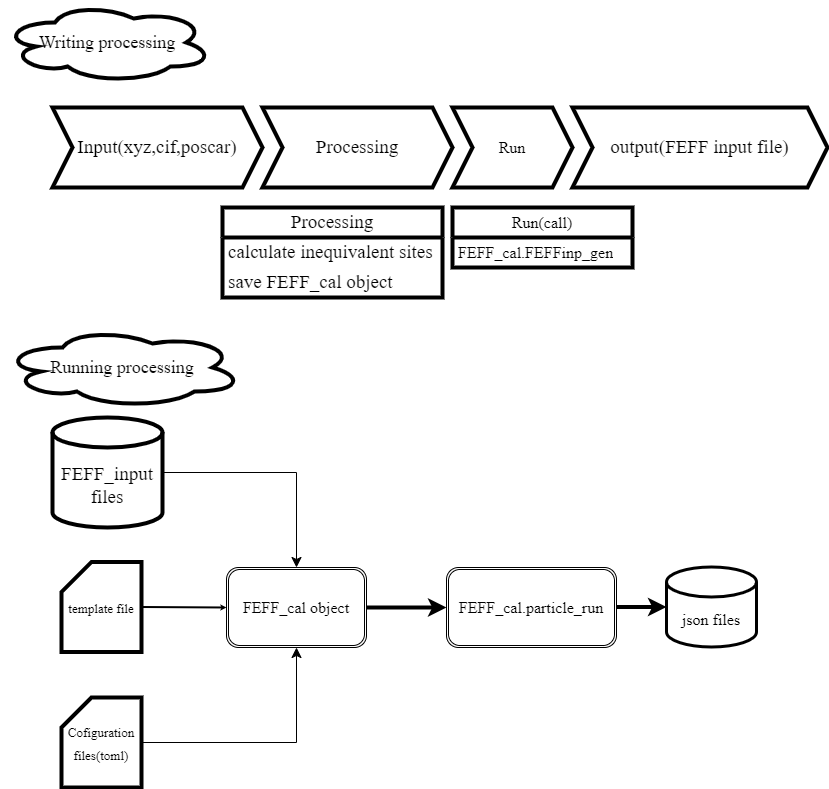
kaifengZheng/Multitasking_FEFF_calculator keeps this draw.io diagram as workflow.png. Above is the earlier version. Source tidied: cells renumbered, new cells last; positions are measured from the earlier drawing's top-left corner, leaving out a move shared by most shapes. The source it was exported from:
```xml
<mxGraphModel>
  <root>
    <mxCell id="0" />
    <mxCell id="1" parent="0" />
    <mxCell id="2" value="Writing processing" style="ellipse;shape=cloud;whiteSpace=wrap;html=1;strokeWidth=4;fontFamily=Times New Roman;fontSize=18;fillColor=none;" parent="1" vertex="1">
      <mxGeometry width="210" height="80" as="geometry" />
    </mxCell>
    <mxCell id="3" value="&lt;font style=&quot;font-size: 19px;&quot;&gt;Input(xyz,cif,poscar)&lt;/font&gt;" style="shape=step;perimeter=stepPerimeter;whiteSpace=wrap;html=1;fixedSize=1;labelBorderColor=none;strokeWidth=4;fontFamily=Times New Roman;fontSize=17;fillColor=none;" parent="1" vertex="1">
      <mxGeometry x="50" y="105" width="210" height="80" as="geometry" />
    </mxCell>
    <mxCell id="4" value="Processing" style="shape=step;perimeter=stepPerimeter;whiteSpace=wrap;html=1;fixedSize=1;labelBorderColor=none;strokeWidth=4;fontFamily=Times New Roman;fontSize=19;fillColor=none;" parent="1" vertex="1">
      <mxGeometry x="260" y="105" width="190" height="80" as="geometry" />
    </mxCell>
    <mxCell id="5" value="output(FEFF input file)" style="shape=step;perimeter=stepPerimeter;whiteSpace=wrap;html=1;fixedSize=1;labelBorderColor=none;strokeWidth=4;fontFamily=Times New Roman;fontSize=19;fillColor=none;" parent="1" vertex="1">
      <mxGeometry x="570" y="105" width="255" height="80" as="geometry" />
    </mxCell>
    <mxCell id="6" value="Running processing" style="ellipse;shape=cloud;whiteSpace=wrap;html=1;strokeWidth=4;fontFamily=Times New Roman;fontSize=18;fillColor=none;" parent="1" vertex="1">
      <mxGeometry y="325" width="240" height="80" as="geometry" />
    </mxCell>
    <mxCell id="7" value="Processing" style="swimlane;fontStyle=0;horizontal=1;startSize=30;whiteSpace=wrap;html=1;labelBorderColor=none;strokeWidth=4;fontFamily=Times New Roman;fontSize=19;fillColor=none;" parent="1" vertex="1">
      <mxGeometry x="220" y="205" width="220" height="90" as="geometry" />
    </mxCell>
    <mxCell id="8" value="calculate inequivalent sites" style="text;strokeColor=none;fillColor=none;align=left;verticalAlign=middle;spacingLeft=4;spacingRight=4;overflow=hidden;whiteSpace=wrap;html=1;labelBorderColor=none;strokeWidth=4;fontFamily=Times New Roman;fontSize=19;" parent="7" vertex="1">
      <mxGeometry y="30" width="220" height="30" as="geometry" />
    </mxCell>
    <mxCell id="9" value="save FEFF_cal object" style="text;strokeColor=none;fillColor=none;align=left;verticalAlign=middle;spacingLeft=4;spacingRight=4;overflow=hidden;whiteSpace=wrap;html=1;labelBorderColor=none;strokeWidth=4;fontFamily=Times New Roman;fontSize=19;" parent="7" vertex="1">
      <mxGeometry y="60" width="220" height="30" as="geometry" />
    </mxCell>
    <mxCell id="10" value="FEFF_input files" style="shape=cylinder3;whiteSpace=wrap;html=1;boundedLbl=1;backgroundOutline=1;size=15;labelBorderColor=none;strokeWidth=4;fontFamily=Times New Roman;fontSize=19;fillColor=none;" parent="1" vertex="1">
      <mxGeometry x="50" y="415" width="110" height="110" as="geometry" />
    </mxCell>
    <mxCell id="11" value="&lt;font style=&quot;font-size: 13px;&quot;&gt;Cofiguration files(toml)&lt;/font&gt;" style="shape=card;whiteSpace=wrap;html=1;labelBorderColor=none;strokeWidth=4;fontFamily=Times New Roman;fontSize=19;fillColor=none;" parent="1" vertex="1">
      <mxGeometry x="59" y="695" width="80" height="90" as="geometry" />
    </mxCell>
    <mxCell id="12" value="&lt;font style=&quot;font-size: 16px;&quot;&gt;FEFF_cal object&lt;/font&gt;" style="shape=ext;double=1;rounded=1;whiteSpace=wrap;html=1;shadow=0;labelBorderColor=none;sketch=0;strokeWidth=1;fontFamily=Times New Roman;fontSize=13;fillColor=none;" parent="1" vertex="1">
      <mxGeometry x="224" y="565" width="140" height="80" as="geometry" />
    </mxCell>
    <mxCell id="13" style="edgeStyle=elbowEdgeStyle;elbow=vertical;endArrow=classic;html=1;curved=0;rounded=0;endSize=8;startSize=8;fontFamily=Times New Roman;fontSize=16;entryX=0.5;entryY=0;entryDx=0;entryDy=0;exitX=1;exitY=0.5;exitDx=0;exitDy=0;exitPerimeter=0;" parent="1" edge="1" source="10" target="12">
      <mxGeometry relative="1" as="geometry">
        <Array as="points">
          <mxPoint x="229" y="470" />
          <mxPoint x="214" y="605" />
        </Array>
      </mxGeometry>
    </mxCell>
    <mxCell id="14" style="edgeStyle=elbowEdgeStyle;elbow=vertical;endArrow=classic;html=1;curved=0;rounded=0;endSize=8;startSize=8;fontFamily=Times New Roman;fontSize=16;exitX=1;exitY=0.5;exitDx=0;exitDy=0;exitPerimeter=0;entryX=0.5;entryY=1;entryDx=0;entryDy=0;" parent="1" edge="1" source="11" target="12">
      <mxGeometry relative="1" as="geometry">
        <Array as="points">
          <mxPoint x="229" y="740" />
        </Array>
      </mxGeometry>
    </mxCell>
    <mxCell id="15" value="Run" style="shape=step;perimeter=stepPerimeter;whiteSpace=wrap;html=1;fixedSize=1;shadow=0;labelBorderColor=none;sketch=0;strokeWidth=4;fontFamily=Times New Roman;fontSize=16;fillColor=none;" parent="1" vertex="1">
      <mxGeometry x="450" y="105" width="120" height="80" as="geometry" />
    </mxCell>
    <mxCell id="16" value="Run(call)" style="swimlane;fontStyle=0;horizontal=1;startSize=30;whiteSpace=wrap;html=1;shadow=0;labelBorderColor=none;sketch=0;strokeWidth=4;fontFamily=Times New Roman;fontSize=16;fillColor=none;" parent="1" vertex="1">
      <mxGeometry x="450" y="205" width="180" height="60" as="geometry" />
    </mxCell>
    <mxCell id="17" value="FEFF_cal.FEFFinp_gen" style="text;strokeColor=none;fillColor=none;align=left;verticalAlign=middle;spacingLeft=4;spacingRight=4;overflow=hidden;whiteSpace=wrap;html=1;shadow=0;labelBorderColor=none;sketch=0;strokeWidth=4;fontFamily=Times New Roman;fontSize=16;" parent="16" vertex="1">
      <mxGeometry y="30" width="180" height="30" as="geometry" />
    </mxCell>
    <mxCell id="18" value="FEFF_cal.particle_run" style="shape=ext;double=1;rounded=1;whiteSpace=wrap;html=1;shadow=0;labelBorderColor=none;sketch=0;strokeWidth=1;fontFamily=Times New Roman;fontSize=16;fillColor=none;" parent="1" vertex="1">
      <mxGeometry x="444" y="565" width="170" height="80" as="geometry" />
    </mxCell>
    <mxCell id="19" style="endArrow=classic;html=1;fontFamily=Times New Roman;fontSize=16;exitX=1;exitY=0.5;exitDx=0;exitDy=0;entryX=0;entryY=0.5;entryDx=0;entryDy=0;strokeWidth=4;" parent="1" edge="1" source="12" target="18">
      <mxGeometry relative="1" as="geometry" />
    </mxCell>
    <mxCell id="20" style="endArrow=classic;html=1;fontFamily=Times New Roman;fontSize=16;exitX=1;exitY=0.5;exitDx=0;exitDy=0;entryX=0;entryY=0.5;entryDx=0;entryDy=0;strokeWidth=4;" parent="1" edge="1" target="21">
      <mxGeometry relative="1" as="geometry">
        <mxPoint x="614" y="604.5" as="sourcePoint" />
      </mxGeometry>
    </mxCell>
    <mxCell id="21" value="json files" style="shape=cylinder3;whiteSpace=wrap;html=1;boundedLbl=1;backgroundOutline=1;size=15;shadow=0;labelBorderColor=none;sketch=0;strokeWidth=3;fontFamily=Times New Roman;fontSize=16;fillColor=none;" parent="1" vertex="1">
      <mxGeometry x="664" y="564.5" width="90" height="80" as="geometry" />
    </mxCell>
    <mxCell id="22" value="&lt;font style=&quot;font-size: 13px;&quot;&gt;template file&lt;/font&gt;" style="shape=card;whiteSpace=wrap;html=1;labelBorderColor=none;strokeWidth=4;fontFamily=Times New Roman;fontSize=19;fillColor=none;" parent="1" vertex="1">
      <mxGeometry x="59" y="559.5" width="80" height="90" as="geometry" />
    </mxCell>
    <mxCell id="23" style="endArrow=classic;html=1;strokeWidth=2;fontFamily=Times New Roman;fontSize=16;startSize=3;endSize=0;exitX=1;exitY=0.5;exitDx=0;exitDy=0;exitPerimeter=0;entryX=0;entryY=0.5;entryDx=0;entryDy=0;" parent="1" edge="1" source="22" target="12">
      <mxGeometry relative="1" as="geometry" />
    </mxCell>
  </root>
</mxGraphModel>
```
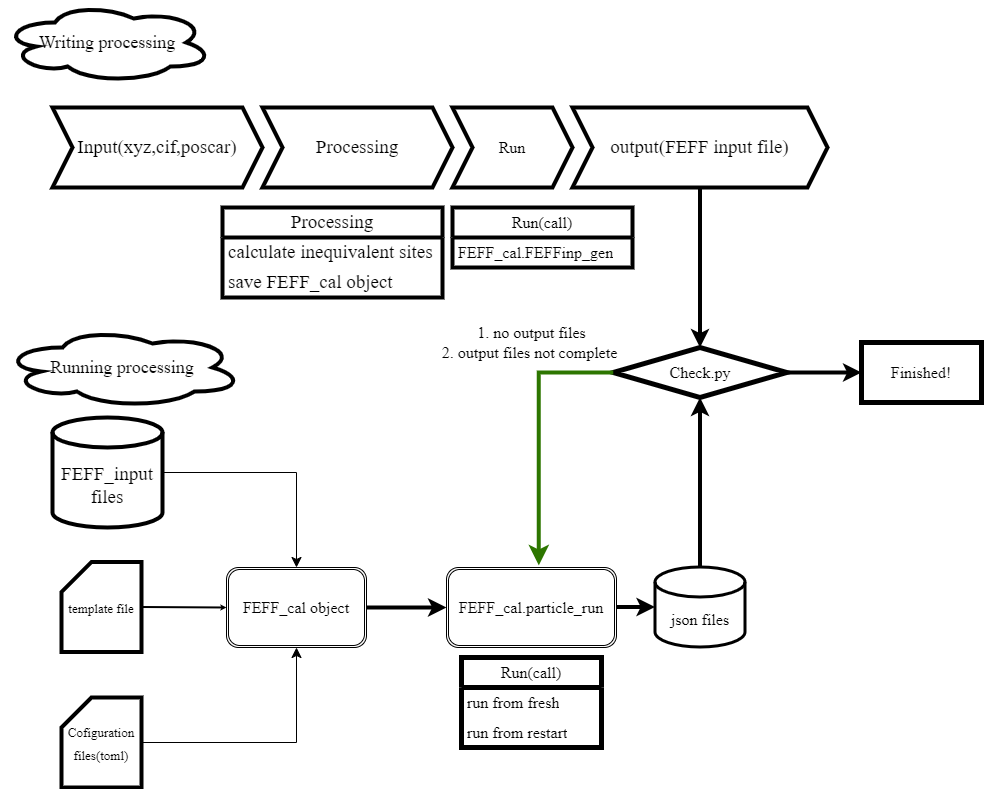
Above is the later version.

Diff of the diagram source:
```diff
@@ -71,7 +71,7 @@
       </mxGeometry>
     </mxCell>
     <mxCell id="21" value="json files" style="shape=cylinder3;whiteSpace=wrap;html=1;boundedLbl=1;backgroundOutline=1;size=15;shadow=0;labelBorderColor=none;sketch=0;strokeWidth=3;fontFamily=Times New Roman;fontSize=16;fillColor=none;" parent="1" vertex="1">
-      <mxGeometry x="664" y="564.5" width="90" height="80" as="geometry" />
+      <mxGeometry x="652.5" y="564.5" width="90" height="80" as="geometry" />
     </mxCell>
     <mxCell id="22" value="&lt;font style=&quot;font-size: 13px;&quot;&gt;template file&lt;/font&gt;" style="shape=card;whiteSpace=wrap;html=1;labelBorderColor=none;strokeWidth=4;fontFamily=Times New Roman;fontSize=19;fillColor=none;" parent="1" vertex="1">
       <mxGeometry x="59" y="559.5" width="80" height="90" as="geometry" />
@@ -79,5 +79,35 @@
     <mxCell id="23" style="endArrow=classic;html=1;strokeWidth=2;fontFamily=Times New Roman;fontSize=16;startSize=3;endSize=0;exitX=1;exitY=0.5;exitDx=0;exitDy=0;exitPerimeter=0;entryX=0;entryY=0.5;entryDx=0;entryDy=0;" parent="1" edge="1" source="22" target="12">
       <mxGeometry relative="1" as="geometry" />
     </mxCell>
+    <mxCell id="24" value="&lt;span style=&quot;font-size: 16px;&quot;&gt;&lt;font face=&quot;Times New Roman&quot;&gt;Run(call)&lt;/font&gt;&lt;/span&gt;" style="swimlane;fontStyle=0;horizontal=1;startSize=30;whiteSpace=wrap;html=1;strokeWidth=5;" parent="1" vertex="1">
+      <mxGeometry x="459" y="655" width="140" height="90" as="geometry" />
+    </mxCell>
+    <mxCell id="25" value="&lt;font face=&quot;Times New Roman&quot; style=&quot;font-size: 16px;&quot;&gt;run from fresh&lt;/font&gt;" style="text;strokeColor=none;fillColor=none;align=left;verticalAlign=middle;spacingLeft=4;spacingRight=4;overflow=hidden;whiteSpace=wrap;html=1;" parent="24" vertex="1">
+      <mxGeometry y="30" width="140" height="30" as="geometry" />
+    </mxCell>
+    <mxCell id="26" value="&lt;font face=&quot;Times New Roman&quot; style=&quot;font-size: 16px;&quot;&gt;run from restart&lt;/font&gt;" style="text;strokeColor=none;fillColor=none;align=left;verticalAlign=middle;spacingLeft=4;spacingRight=4;overflow=hidden;whiteSpace=wrap;html=1;" parent="24" vertex="1">
+      <mxGeometry y="60" width="140" height="30" as="geometry" />
+    </mxCell>
+    <mxCell id="27" style="endArrow=classic;html=1;fontFamily=Times New Roman;fontSize=16;exitX=0.5;exitY=1;exitDx=0;exitDy=0;entryX=0.5;entryY=0;entryDx=0;entryDy=0;strokeWidth=4;" parent="1" edge="1" source="5" target="29">
+      <mxGeometry relative="1" as="geometry" />
+    </mxCell>
+    <mxCell id="28" style="endArrow=classic;html=1;strokeWidth=4;fontFamily=Times New Roman;fontSize=16;exitX=0.5;exitY=0;exitDx=0;exitDy=0;exitPerimeter=0;entryX=0.5;entryY=1;entryDx=0;entryDy=0;" parent="1" edge="1" source="21" target="29">
+      <mxGeometry relative="1" as="geometry" />
+    </mxCell>
+    <mxCell id="29" value="Check.py" style="rhombus;whiteSpace=wrap;html=1;strokeWidth=5;fontFamily=Times New Roman;fontSize=16;" parent="1" vertex="1">
+      <mxGeometry x="610.8" y="345" width="173.5" height="50" as="geometry" />
+    </mxCell>
+    <mxCell id="30" style="edgeStyle=segmentEdgeStyle;endArrow=classic;html=1;curved=0;rounded=0;endSize=8;startSize=8;strokeWidth=4;fontFamily=Times New Roman;fontSize=16;exitX=0;exitY=0.5;exitDx=0;exitDy=0;entryX=0.543;entryY=-0.027;entryDx=0;entryDy=0;entryPerimeter=0;fillColor=#60a917;strokeColor=#2D7600;" parent="1" edge="1" source="29" target="18">
+      <mxGeometry relative="1" as="geometry" />
+    </mxCell>
+    <mxCell id="31" value="1. no output files&lt;br&gt;2. output files not complete&amp;nbsp;" style="text;html=1;align=center;verticalAlign=middle;strokeColor=none;fillColor=none;fontSize=16;fontFamily=Times New Roman;" parent="1" vertex="1">
+      <mxGeometry x="429" y="315" width="200" height="50" as="geometry" />
+    </mxCell>
+    <mxCell id="32" style="endArrow=classic;html=1;strokeWidth=4;fontFamily=Times New Roman;fontSize=16;exitX=1;exitY=0.5;exitDx=0;exitDy=0;" parent="1" edge="1" source="29" target="33">
+      <mxGeometry relative="1" as="geometry" />
+    </mxCell>
+    <mxCell id="33" value="Finished!" style="rounded=0;whiteSpace=wrap;html=1;strokeWidth=5;fontFamily=Times New Roman;fontSize=16;" parent="1" vertex="1">
+      <mxGeometry x="859" y="340" width="120" height="60" as="geometry" />
+    </mxCell>
   </root>
 </mxGraphModel>
```
